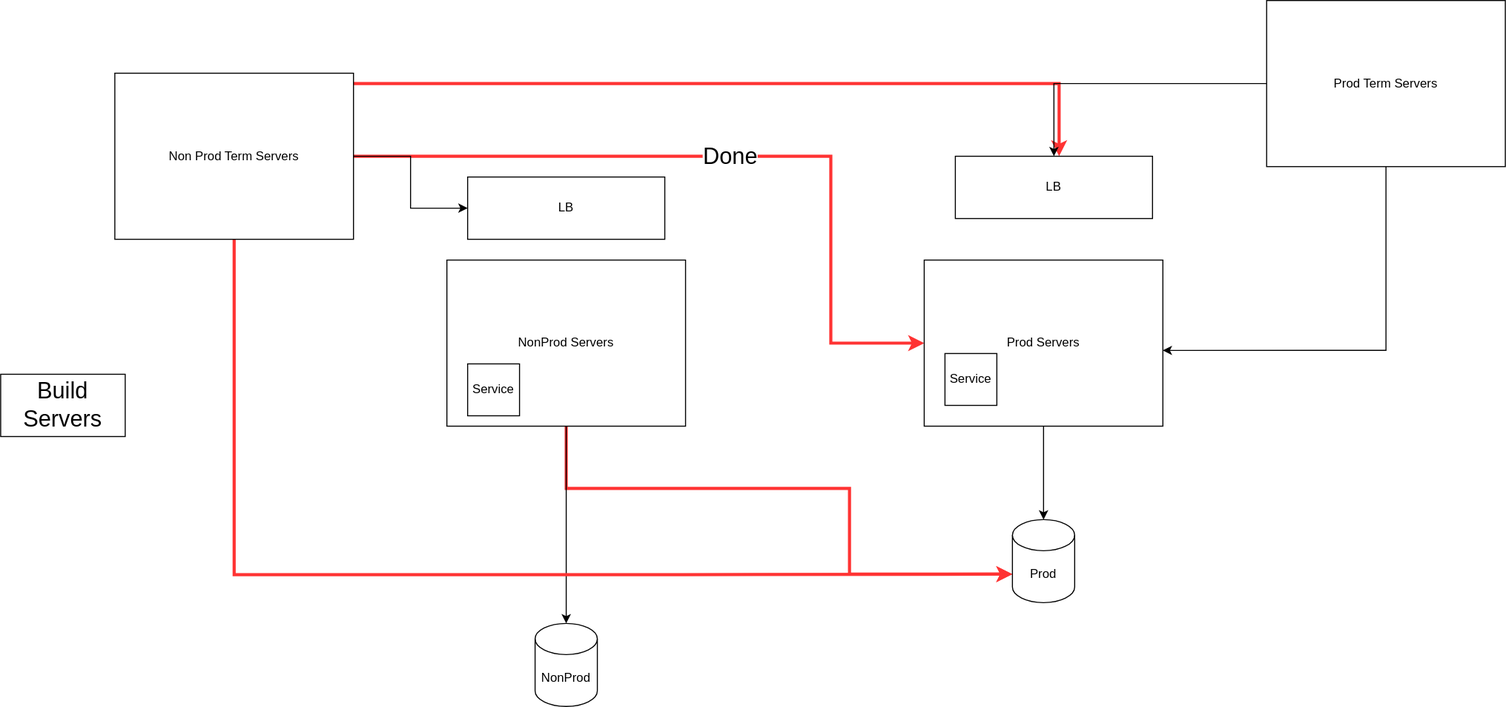
vjavle/invoicecloud keeps this draw.io diagram as MIandIsolation.svg. Above is the earlier version. Source tidied: cells renumbered, new cells last; positions are measured from the earlier drawing's top-left corner, leaving out a move shared by most shapes.
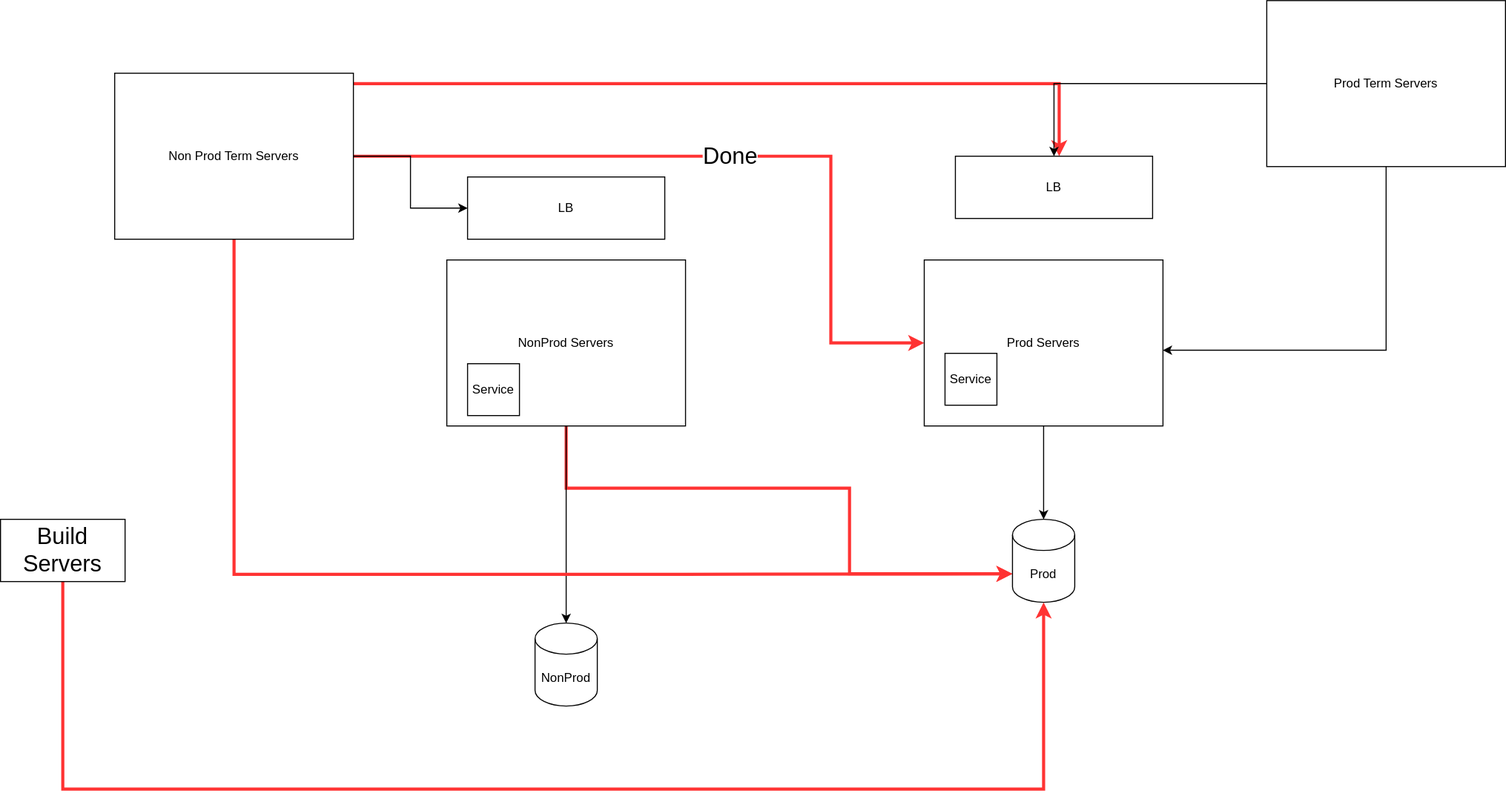
Later version of the same file.

What changed in the source:
```diff
@@ -87,8 +87,16 @@
     <mxCell id="21" value="Service" style="whiteSpace=wrap;html=1;" parent="1" vertex="1">
       <mxGeometry x="910" y="340" width="50" height="50" as="geometry" />
     </mxCell>
+    <mxCell id="23" style="edgeStyle=orthogonalEdgeStyle;rounded=0;jettySize=auto;html=1;entryX=0.5;entryY=1;entryDx=0;entryDy=0;entryPerimeter=0;fontSize=22;strokeColor=#FF3333;strokeWidth=3;" parent="1" edge="1" source="22" target="19">
+      <mxGeometry relative="1" as="geometry">
+        <Array as="points">
+          <mxPoint x="60" y="760" />
+          <mxPoint x="1005" y="760" />
+        </Array>
+      </mxGeometry>
+    </mxCell>
     <mxCell id="22" value="Build Servers" style="rounded=0;whiteSpace=wrap;html=1;fontSize=22;" parent="1" vertex="1">
-      <mxGeometry y="360" width="120" height="60" as="geometry" />
+      <mxGeometry y="500" width="120" height="60" as="geometry" />
     </mxCell>
   </root>
 </mxGraphModel>
```
